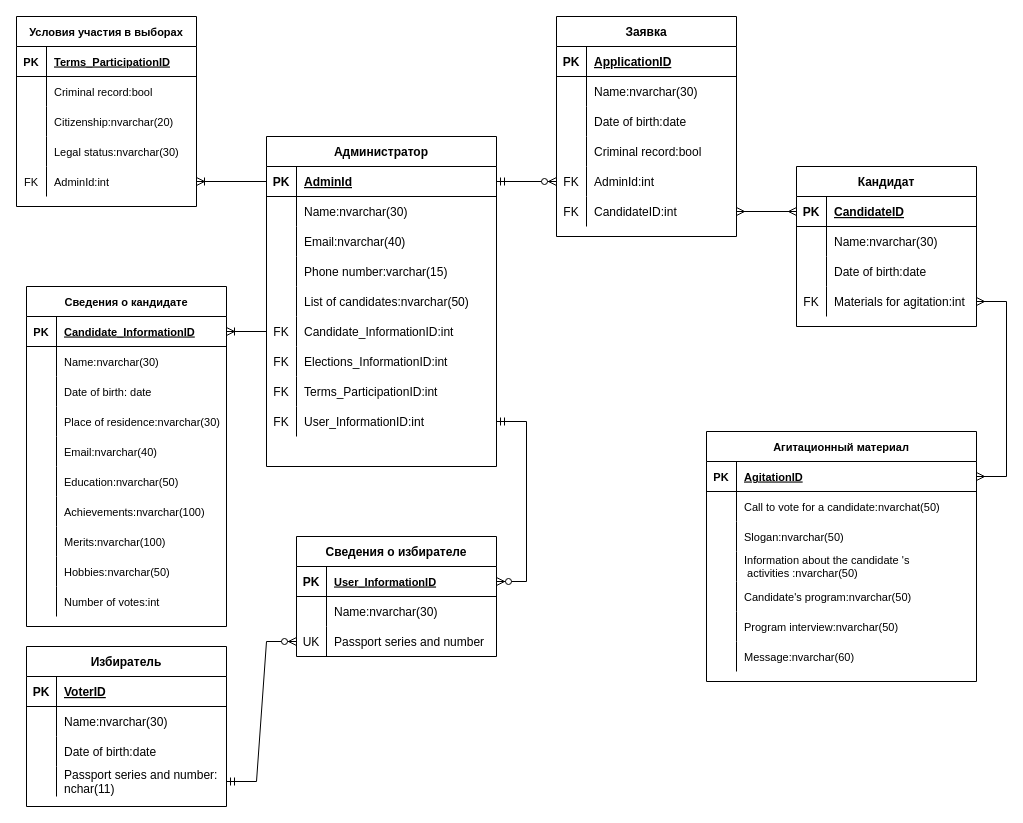
The draw.io diagram ER Diagram.drawio in aleksey899/Inter.MixAN, before the edit. Source tidied: cells renumbered, new cells numbered last; positions are measured from the earlier drawing's top-left corner, leaving out a move shared by most shapes. Both pictures are drawn from the tidied source at 100%, with x=0, y=0 at pixel (16, 16).
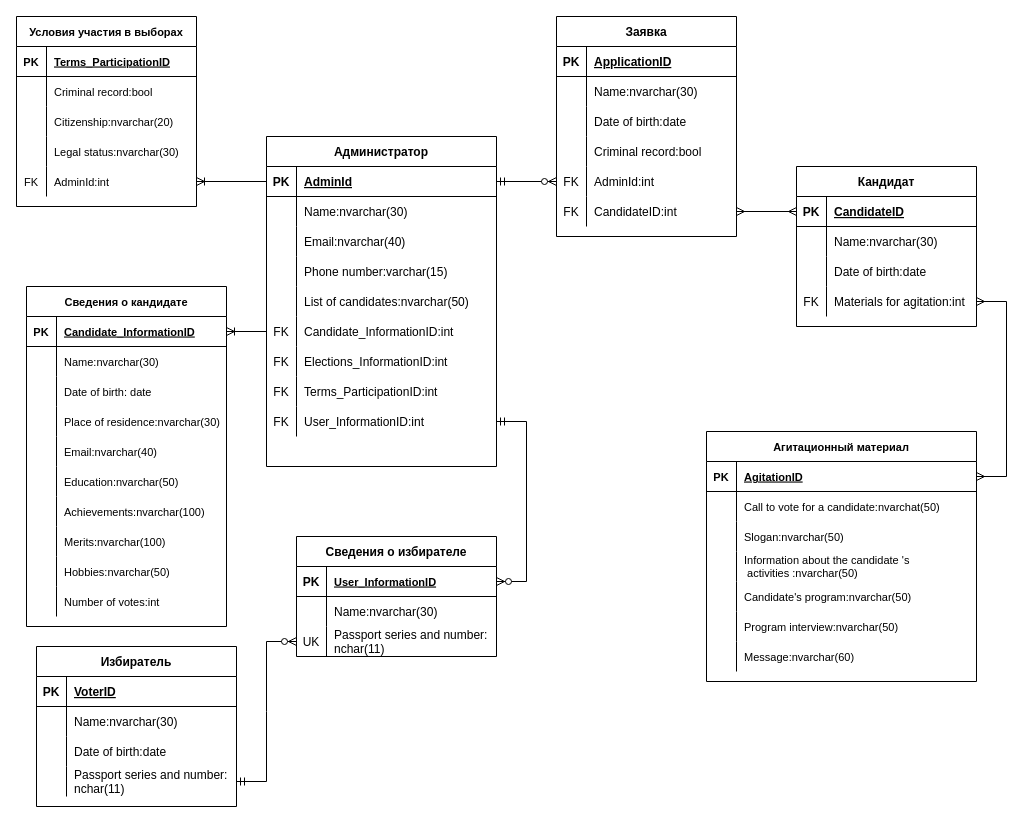
After the change.

The change refers to these unchanged cells:
```xml
<mxCell id="9" style="shape=partialRectangle;fillColor=none;top=0;left=0;bottom=0;right=0;points=[[0,0.5],[1,0.5]];portConstraint=eastwest;" parent="2" vertex="1">
  <mxGeometry y="90" width="200" height="30" as="geometry" />
</mxCell>
```

Change to the diagram source:
```diff
@@
-    <mxCell id="11" value="Passport series and number" style="shape=partialRectangle;fillColor=none;top=0;left=0;bottom=0;right=0;align=left;spacingLeft=6;overflow=hidden;" parent="9" vertex="1">
+    <mxCell id="11" value="Passport series and number:&#10;nchar(11)" style="shape=partialRectangle;fillColor=none;top=0;left=0;bottom=0;right=0;align=left;spacingLeft=6;overflow=hidden;" parent="9" vertex="1">
       <mxGeometry x="30" width="170" height="30" as="geometry" />
     </mxCell>
@@
     <mxCell id="94" value="Избиратель" style="shape=table;startSize=30;childLayout=tableLayout;rowLines=0;fontStyle=1;align=center;" parent="1" vertex="1">
-      <mxGeometry x="10" y="630" width="200" height="160" as="geometry" />
+      <mxGeometry x="20" y="630" width="200" height="160" as="geometry" />
     </mxCell>
```
